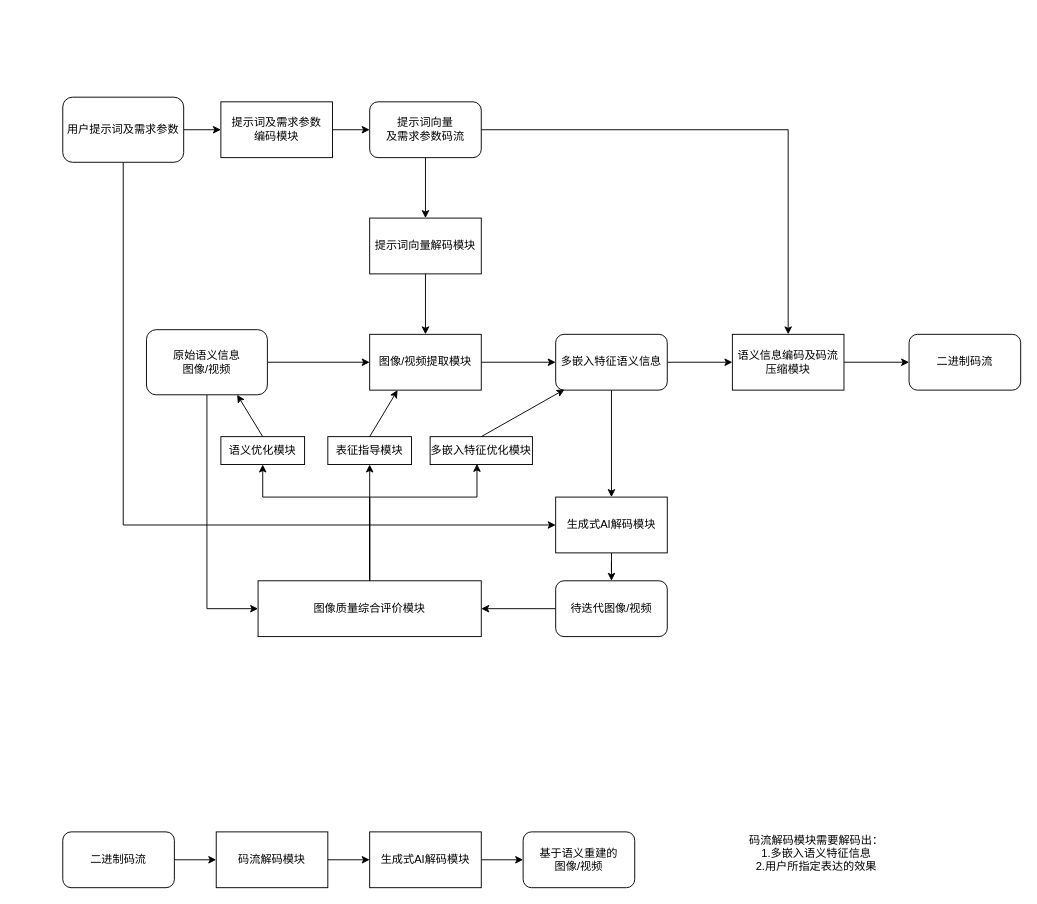
The draw.io diagram 基于生成式AI的多路径多嵌入图像视频编码系统.drawio in hrf666666/FlowCharts, before the edit. Source tidied: cells renumbered, new cells numbered last; positions are measured from the earlier drawing's top-left corner, leaving out a move shared by most shapes. Both pictures are drawn from the tidied source at 93%, with x=0, y=0 at pixel (62, 97).
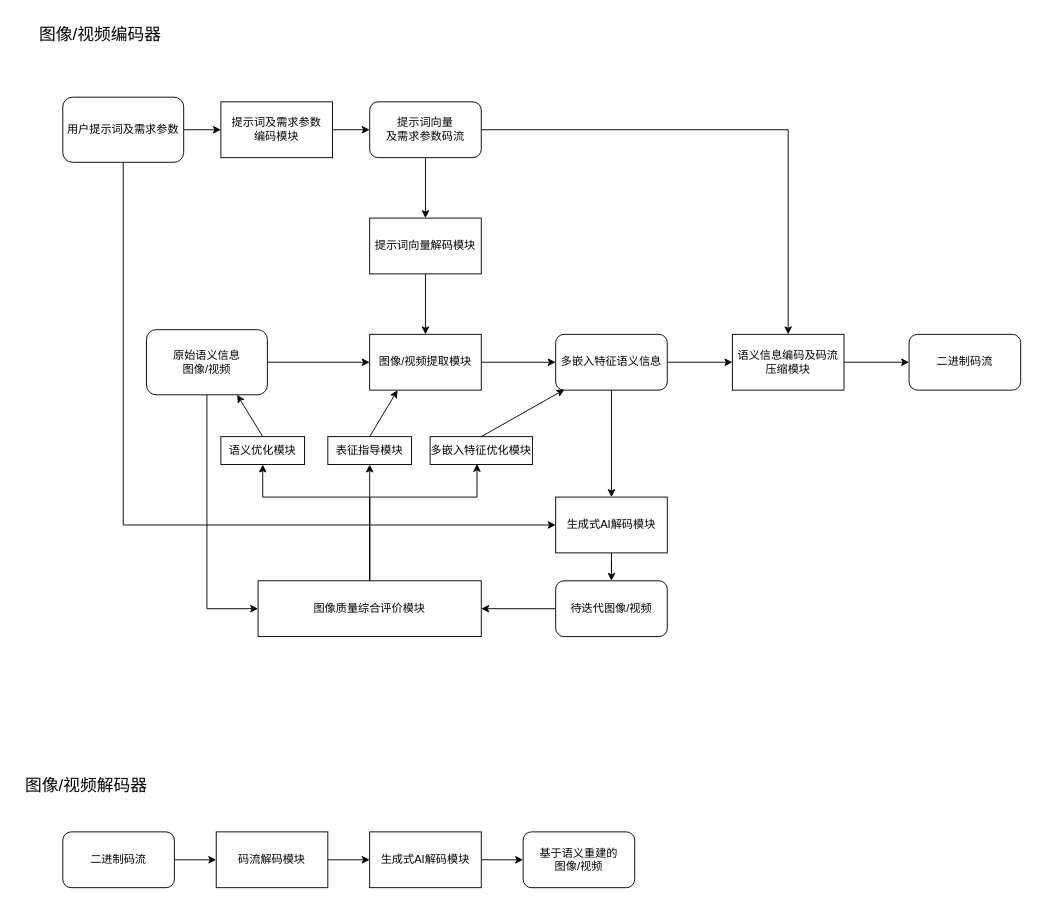
The same diagram, later.

Commit message:
更新基于生成式AI的多路径多嵌入图像视频编码系统.drawio

Diff of the diagram source:
```diff
@@
-    <mxCell id="44" value="码流解码模块需要解码出：&lt;div&gt;1.多嵌入语义特征信息&lt;/div&gt;&lt;div&gt;2.用户所指定表达的效果&lt;/div&gt;" style="text;html=1;align=center;verticalAlign=middle;strokeColor=none;fillColor=none;" parent="1" vertex="1">
-      <mxGeometry x="725" y="783" width="170" height="60" as="geometry" />
-    </mxCell>
+    <mxCell id="45" value="&lt;font style=&quot;font-size: 18px;&quot;&gt;图像/视频编码器&lt;/font&gt;" style="text;html=1;align=center;verticalAlign=middle;strokeColor=none;fillColor=none;" parent="1" vertex="1">
+      <mxGeometry x="-35" y="-87" width="150" height="40" as="geometry" />
+    </mxCell>
+    <mxCell id="46" value="&lt;font style=&quot;font-size: 18px;&quot;&gt;图像/视频解码器&lt;/font&gt;" style="text;html=1;align=center;verticalAlign=middle;strokeColor=none;fillColor=none;" parent="1" vertex="1">
+      <mxGeometry x="-50" y="720" width="150" height="40" as="geometry" />
+    </mxCell>
```
